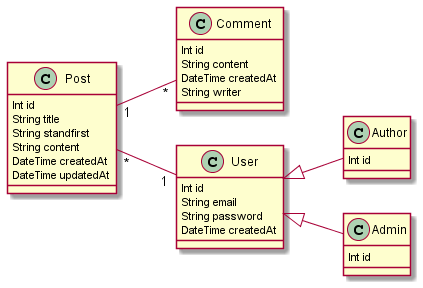
The PlantUML diagram diagrammes/classes.png in AEcalle/oc-php-project-5, before a commit. Its diagram source:
```plantuml
@startuml
left to right direction
class Post{
Int id
String title
String standfirst
String content
DateTime createdAt
DateTime updatedAt
}
class Comment{
Int id
String content
DateTime createdAt
String writer
}
class User{
Int id
String email
String password
DateTime createdAt
}
class Author{
Int id
}
class Admin{
Int id
}

User <|-- Author
User <|-- Admin
Post "1" -- "*" Comment
Post "*" -- "1" User
@enduml
```
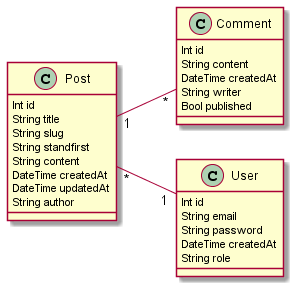
After the commit.

Diff of the diagram source:
```diff
@@ -3,32 +3,28 @@
 class Post{
 Int id
 String title
+String slug
 String standfirst
 String content
 DateTime createdAt
 DateTime updatedAt
+String author
 }
 class Comment{
 Int id
 String content
 DateTime createdAt
 String writer
+Bool published
 }
 class User{
 Int id
 String email
 String password
 DateTime createdAt
-}
-class Author{
-Int id
-}
-class Admin{
-Int id
+String role
 }
 
-User <|-- Author
-User <|-- Admin
 Post "1" -- "*" Comment
 Post "*" -- "1" User
 @enduml
```
